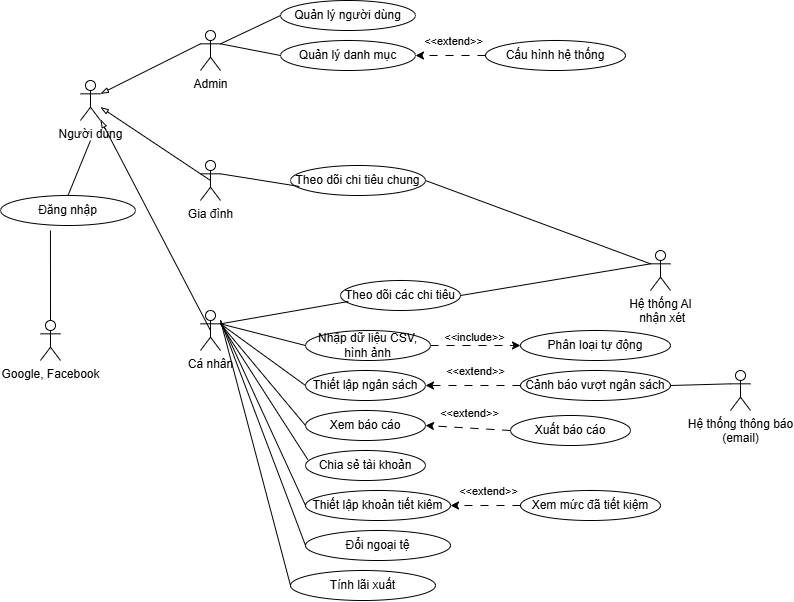
Before: docs/phantich/usecase.drawio.png, a diagram exported from draw.io (KhoiLMinh/personal-finance-management). Source tidied: cells renumbered, new cells last; positions are measured from the earlier drawing's top-left corner, leaving out a move shared by most shapes.
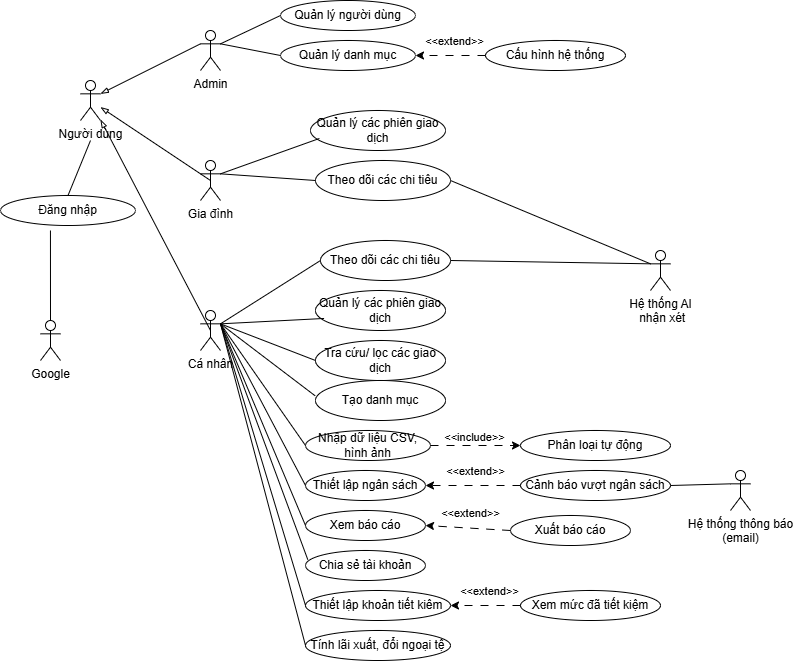
After the change.

Diff of the diagram source:
```diff
@@ -23,20 +23,20 @@
     <mxCell id="8" value="Cá nhân" style="shape=umlActor;verticalLabelPosition=bottom;verticalAlign=top;html=1;outlineConnect=0;" parent="1" vertex="1">
       <mxGeometry x="200" y="310" width="20" height="40" as="geometry" />
     </mxCell>
-    <mxCell id="9" value="Theo dõi các chi tiêu" style="ellipse;whiteSpace=wrap;html=1;" parent="1" vertex="1">
-      <mxGeometry x="340" y="280" width="120" height="30" as="geometry" />
+    <mxCell id="9" value="Quản lý các phiên giao dịch" style="ellipse;whiteSpace=wrap;html=1;" parent="1" vertex="1">
+      <mxGeometry x="315" y="290" width="130" height="40" as="geometry" />
     </mxCell>
     <mxCell id="10" value="Nhập dữ liệu CSV, hình ảnh" style="ellipse;whiteSpace=wrap;html=1;" parent="1" vertex="1">
-      <mxGeometry x="305" y="330" width="125" height="30" as="geometry" />
+      <mxGeometry x="305" y="430" width="125" height="30" as="geometry" />
     </mxCell>
     <mxCell id="11" value="Thiết lập ngân sách" style="ellipse;whiteSpace=wrap;html=1;" parent="1" vertex="1">
-      <mxGeometry x="305" y="370" width="120" height="30" as="geometry" />
+      <mxGeometry x="305" y="470" width="120" height="30" as="geometry" />
     </mxCell>
     <mxCell id="12" value="Xem báo cáo" style="ellipse;whiteSpace=wrap;html=1;" parent="1" vertex="1">
-      <mxGeometry x="305" y="410" width="120" height="30" as="geometry" />
+      <mxGeometry x="305" y="510" width="120" height="30" as="geometry" />
     </mxCell>
     <mxCell id="13" value="Chia sẻ tài khoản" style="ellipse;whiteSpace=wrap;html=1;" parent="1" vertex="1">
-      <mxGeometry x="305" y="450" width="120" height="30" as="geometry" />
+      <mxGeometry x="305" y="550" width="120" height="30" as="geometry" />
     </mxCell>
     <mxCell id="14" style="endArrow=none;html=1;rounded=0;entryX=1;entryY=0.3333333333333333;entryDx=0;entryDy=0;entryPerimeter=0;exitX=0.066;exitY=0.699;exitDx=0;exitDy=0;exitPerimeter=0;" parent="1" edge="1" source="9" target="8">
       <mxGeometry relative="1" as="geometry" />
@@ -54,7 +54,7 @@
       <mxGeometry relative="1" as="geometry" />
     </mxCell>
     <mxCell id="19" value="Xuất báo cáo" style="ellipse;whiteSpace=wrap;html=1;" parent="1" vertex="1">
-      <mxGeometry x="510" y="415" width="120" height="30" as="geometry" />
+      <mxGeometry x="510" y="515" width="120" height="30" as="geometry" />
     </mxCell>
     <mxCell id="20" style="endArrow=classic;html=1;rounded=0;entryX=1;entryY=0.5;entryDx=0;entryDy=0;exitX=0;exitY=0.5;exitDx=0;exitDy=0;dashed=1;dashPattern=8 8;" parent="1" edge="1" source="19" target="12">
       <mxGeometry relative="1" as="geometry" />
@@ -65,7 +65,7 @@
       </mxGeometry>
     </mxCell>
     <mxCell id="22" value="Cảnh báo vượt ngân sách" style="ellipse;whiteSpace=wrap;html=1;" parent="1" vertex="1">
-      <mxGeometry x="520" y="370" width="150" height="30" as="geometry" />
+      <mxGeometry x="520" y="470" width="150" height="30" as="geometry" />
     </mxCell>
     <mxCell id="23" style="endArrow=classic;html=1;rounded=0;entryX=1;entryY=0.5;entryDx=0;entryDy=0;exitX=0;exitY=0.5;exitDx=0;exitDy=0;dashed=1;dashPattern=8 8;" parent="1" edge="1" source="22" target="11">
       <mxGeometry relative="1" as="geometry" />
@@ -76,13 +76,13 @@
       </mxGeometry>
     </mxCell>
     <mxCell id="25" value="Hệ thống thông báo&lt;div&gt;(email)&lt;/div&gt;" style="shape=umlActor;verticalLabelPosition=bottom;verticalAlign=top;html=1;outlineConnect=0;" parent="1" vertex="1">
-      <mxGeometry x="730" y="370" width="20" height="40" as="geometry" />
+      <mxGeometry x="730" y="470" width="20" height="40" as="geometry" />
     </mxCell>
     <mxCell id="26" style="endArrow=none;html=1;rounded=0;entryX=1;entryY=0.5;entryDx=0;entryDy=0;exitX=0;exitY=0.3333333333333333;exitDx=0;exitDy=0;exitPerimeter=0;" parent="1" edge="1" source="25" target="22">
       <mxGeometry relative="1" as="geometry" />
     </mxCell>
     <mxCell id="27" value="Phân loại tự động" style="ellipse;whiteSpace=wrap;html=1;" parent="1" vertex="1">
-      <mxGeometry x="520" y="330" width="150" height="30" as="geometry" />
+      <mxGeometry x="520" y="430" width="150" height="30" as="geometry" />
     </mxCell>
     <mxCell id="28" style="endArrow=classic;html=1;rounded=0;exitX=1;exitY=0.5;exitDx=0;exitDy=0;dashed=1;dashPattern=8 8;entryX=0;entryY=0.5;entryDx=0;entryDy=0;" parent="1" edge="1" source="10" target="27">
       <mxGeometry relative="1" as="geometry" />
@@ -93,15 +93,13 @@
       </mxGeometry>
     </mxCell>
     <mxCell id="30" value="Thiết lập khoản tiết kiêm" style="ellipse;whiteSpace=wrap;html=1;" parent="1" vertex="1">
-      <mxGeometry x="305" y="490" width="145" height="30" as="geometry" />
+      <mxGeometry x="305" y="590" width="145" height="30" as="geometry" />
     </mxCell>
-    <mxCell id="31" style="endArrow=none;html=1;rounded=0;exitX=0;exitY=0.5;exitDx=0;exitDy=0;" parent="1" edge="1" source="30">
-      <mxGeometry relative="1" as="geometry">
-        <mxPoint x="220" y="320" as="targetPoint" />
-      </mxGeometry>
+    <mxCell id="31" style="endArrow=none;html=1;rounded=0;exitX=0;exitY=0.5;exitDx=0;exitDy=0;entryX=1;entryY=0.3333333333333333;entryDx=0;entryDy=0;entryPerimeter=0;" parent="1" edge="1" source="30" target="8">
+      <mxGeometry relative="1" as="geometry" />
     </mxCell>
     <mxCell id="32" value="Xem mức đã tiết kiệm" style="ellipse;whiteSpace=wrap;html=1;" parent="1" vertex="1">
-      <mxGeometry x="520" y="490" width="140" height="30" as="geometry" />
+      <mxGeometry x="520" y="590" width="140" height="30" as="geometry" />
     </mxCell>
     <mxCell id="33" style="endArrow=classic;html=1;rounded=0;entryX=1;entryY=0.5;entryDx=0;entryDy=0;exitX=0;exitY=0.5;exitDx=0;exitDy=0;dashed=1;dashPattern=8 8;" parent="1" edge="1" source="32" target="30">
       <mxGeometry relative="1" as="geometry" />
@@ -111,8 +109,8 @@
         <mxPoint x="7" y="-12" as="offset" />
       </mxGeometry>
     </mxCell>
-    <mxCell id="35" value="Theo dõi chi tiêu chung" style="ellipse;whiteSpace=wrap;html=1;" parent="1" vertex="1">
-      <mxGeometry x="290" y="165" width="135" height="30" as="geometry" />
+    <mxCell id="35" value="Quản lý các phiên giao dịch" style="ellipse;whiteSpace=wrap;html=1;" parent="1" vertex="1">
+      <mxGeometry x="310" y="110" width="135" height="40" as="geometry" />
     </mxCell>
     <mxCell id="36" style="endArrow=none;html=1;rounded=0;entryX=1;entryY=0.3333333333333333;entryDx=0;entryDy=0;entryPerimeter=0;exitX=0.066;exitY=0.699;exitDx=0;exitDy=0;exitPerimeter=0;" parent="1" edge="1" source="35" target="6">
       <mxGeometry relative="1" as="geometry" />
@@ -148,29 +146,13 @@
         <mxPoint x="7" y="-12" as="offset" />
       </mxGeometry>
     </mxCell>
-    <mxCell id="46" value="Đổi ngoại tệ" style="ellipse;whiteSpace=wrap;html=1;" parent="1" vertex="1">
-      <mxGeometry x="305" y="530" width="145" height="30" as="geometry" />
-    </mxCell>
-    <mxCell id="47" value="Tính lãi xuất" style="ellipse;whiteSpace=wrap;html=1;" parent="1" vertex="1">
-      <mxGeometry x="290" y="570" width="145" height="30" as="geometry" />
-    </mxCell>
-    <mxCell id="48" style="endArrow=none;html=1;rounded=0;exitX=0;exitY=0.5;exitDx=0;exitDy=0;" parent="1" edge="1" source="46">
-      <mxGeometry relative="1" as="geometry">
-        <mxPoint x="220" y="320" as="targetPoint" />
-      </mxGeometry>
-    </mxCell>
-    <mxCell id="49" style="endArrow=none;html=1;rounded=0;exitX=0;exitY=0.5;exitDx=0;exitDy=0;" parent="1" edge="1" source="47">
-      <mxGeometry relative="1" as="geometry">
-        <mxPoint x="220" y="320" as="targetPoint" />
-      </mxGeometry>
-    </mxCell>
-    <mxCell id="50" style="endArrow=none;html=1;rounded=0;entryX=1;entryY=0.5;entryDx=0;entryDy=0;exitX=0;exitY=0.3333333333333333;exitDx=0;exitDy=0;exitPerimeter=0;" parent="1" edge="1" source="51" target="9">
+    <mxCell id="50" style="endArrow=none;html=1;rounded=0;entryX=1;entryY=0.5;entryDx=0;entryDy=0;exitX=0;exitY=0.3333333333333333;exitDx=0;exitDy=0;exitPerimeter=0;" parent="1" edge="1" source="51" target="61">
       <mxGeometry relative="1" as="geometry" />
     </mxCell>
     <mxCell id="51" value="Hệ thống AI&lt;div&gt;&amp;nbsp;nhận xét&lt;/div&gt;" style="shape=umlActor;verticalLabelPosition=bottom;verticalAlign=top;html=1;outlineConnect=0;" parent="1" vertex="1">
       <mxGeometry x="650" y="250" width="20" height="40" as="geometry" />
     </mxCell>
-    <mxCell id="52" style="endArrow=none;html=1;rounded=0;entryX=1;entryY=0.5;entryDx=0;entryDy=0;exitX=0;exitY=0.3333333333333333;exitDx=0;exitDy=0;exitPerimeter=0;" parent="1" edge="1" source="51" target="35">
+    <mxCell id="52" style="endArrow=none;html=1;rounded=0;entryX=1;entryY=0.5;entryDx=0;entryDy=0;exitX=0;exitY=0.3333333333333333;exitDx=0;exitDy=0;exitPerimeter=0;" parent="1" edge="1" source="51" target="59">
       <mxGeometry relative="1" as="geometry" />
     </mxCell>
     <mxCell id="53" style="endArrow=none;html=1;rounded=0;entryX=0.37;entryY=1.167;entryDx=0;entryDy=0;entryPerimeter=0;" parent="1" edge="1" target="37">
@@ -178,8 +160,38 @@
         <mxPoint x="50" y="320" as="sourcePoint" />
       </mxGeometry>
     </mxCell>
-    <mxCell id="54" value="Google, Facebook" style="shape=umlActor;verticalLabelPosition=bottom;verticalAlign=top;html=1;" parent="1" vertex="1">
+    <mxCell id="54" value="Google" style="shape=umlActor;verticalLabelPosition=bottom;verticalAlign=top;html=1;" parent="1" vertex="1">
       <mxGeometry x="40" y="320" width="20" height="40" as="geometry" />
     </mxCell>
+    <mxCell id="55" value="Tra cứu/ lọc các giao dịch" style="ellipse;whiteSpace=wrap;html=1;" parent="1" vertex="1">
+      <mxGeometry x="315" y="340" width="130" height="40" as="geometry" />
+    </mxCell>
+    <mxCell id="56" style="endArrow=none;html=1;rounded=0;entryX=1;entryY=0.3333333333333333;entryDx=0;entryDy=0;entryPerimeter=0;exitX=0;exitY=0.5;exitDx=0;exitDy=0;" parent="1" edge="1" source="55" target="8">
+      <mxGeometry relative="1" as="geometry" />
+    </mxCell>
+    <mxCell id="57" value="Tạo danh mục" style="ellipse;whiteSpace=wrap;html=1;" parent="1" vertex="1">
+      <mxGeometry x="315" y="380" width="130" height="40" as="geometry" />
+    </mxCell>
+    <mxCell id="58" style="endArrow=none;html=1;rounded=0;entryX=1;entryY=0.3333333333333333;entryDx=0;entryDy=0;entryPerimeter=0;exitX=-0.003;exitY=0.382;exitDx=0;exitDy=0;exitPerimeter=0;" parent="1" edge="1" source="57" target="8">
+      <mxGeometry relative="1" as="geometry" />
+    </mxCell>
+    <mxCell id="59" value="Theo dõi các chi tiêu" style="ellipse;whiteSpace=wrap;html=1;" parent="1" vertex="1">
+      <mxGeometry x="315" y="160" width="135" height="40" as="geometry" />
+    </mxCell>
+    <mxCell id="60" style="endArrow=none;html=1;rounded=0;entryX=1;entryY=0.3333333333333333;entryDx=0;entryDy=0;entryPerimeter=0;exitX=0;exitY=0.5;exitDx=0;exitDy=0;" parent="1" edge="1" source="59" target="6">
+      <mxGeometry relative="1" as="geometry" />
+    </mxCell>
+    <mxCell id="61" value="Theo dõi các chi tiêu" style="ellipse;whiteSpace=wrap;html=1;" parent="1" vertex="1">
+      <mxGeometry x="320" y="240" width="130" height="40" as="geometry" />
+    </mxCell>
+    <mxCell id="62" style="endArrow=none;html=1;rounded=0;entryX=1;entryY=0.3333333333333333;entryDx=0;entryDy=0;entryPerimeter=0;exitX=0;exitY=0.5;exitDx=0;exitDy=0;" parent="1" edge="1" source="61" target="8">
+      <mxGeometry relative="1" as="geometry" />
+    </mxCell>
+    <mxCell id="63" value="Tính lãi xuất, đổi ngoại tệ" style="ellipse;whiteSpace=wrap;html=1;" parent="1" vertex="1">
+      <mxGeometry x="305" y="630" width="145" height="30" as="geometry" />
+    </mxCell>
+    <mxCell id="64" style="endArrow=none;html=1;rounded=0;exitX=0;exitY=0.5;exitDx=0;exitDy=0;entryX=1;entryY=0.3333333333333333;entryDx=0;entryDy=0;entryPerimeter=0;" parent="1" edge="1" source="63" target="8">
+      <mxGeometry relative="1" as="geometry" />
+    </mxCell>
   </root>
 </mxGraphModel>
```
